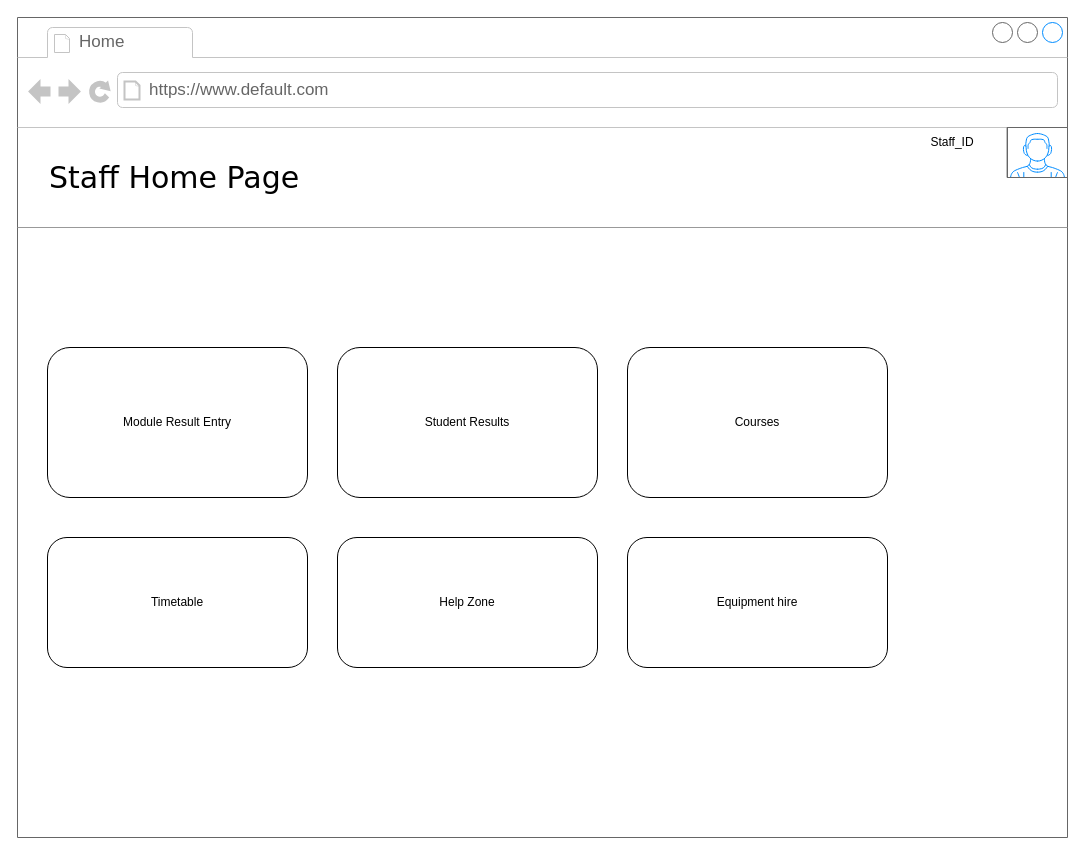
This is page "Staff Home" (5 of 9) of Wireframes.drawio from bensolo12/Databases, a draw.io file, before an edit. Source tidied: cells renumbered, new cells numbered last; positions are measured from the earlier drawing's top-left corner, leaving out a move shared by most shapes. Both pictures are drawn from the tidied source at 100%, with x=0, y=0 at pixel (17, 17).
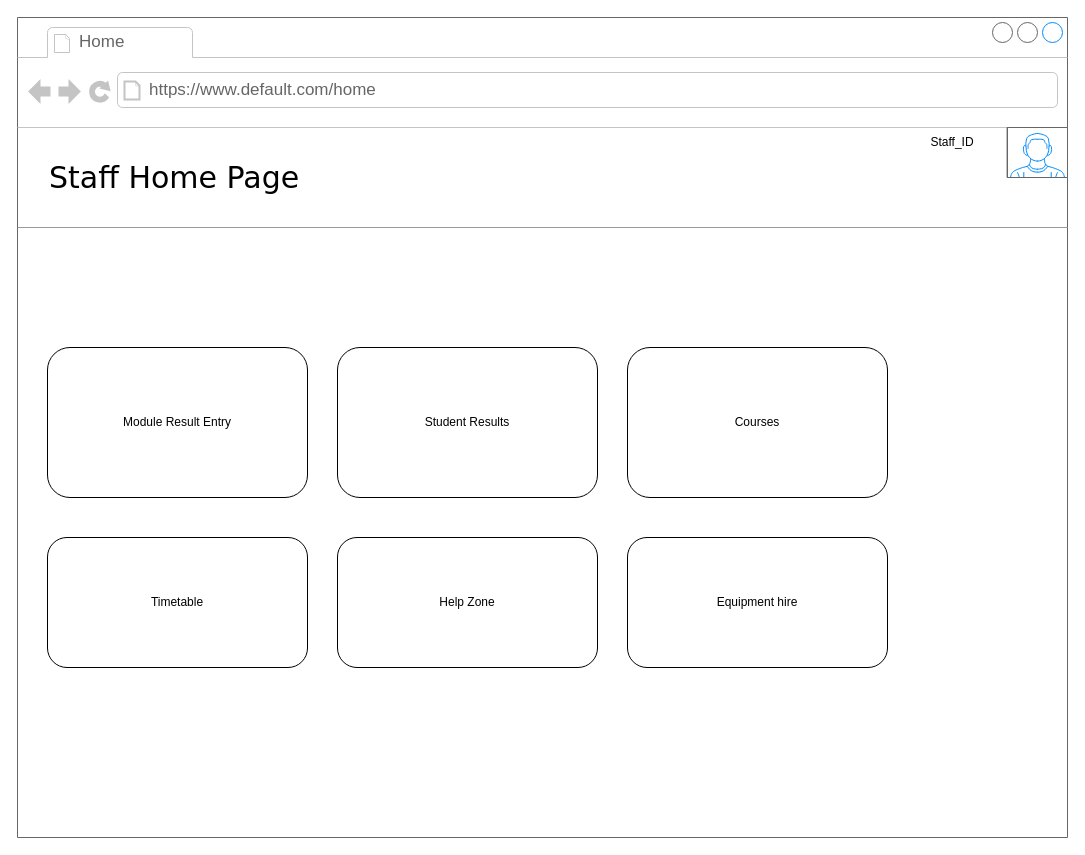
The same page after the edit.

What changed in the source:
```diff
@@
 <mxGraphModel>
   <root>
     <mxCell id="0" />
     <mxCell id="1" parent="0" />
     <mxCell id="2" style="strokeWidth=1;shadow=0;dashed=0;align=center;html=1;shape=mxgraph.mockup.containers.browserWindow;rSize=0;strokeColor=#666666;mainText=,;rounded=0;labelBackgroundColor=none;fontFamily=Verdana;fontSize=12;" parent="1" vertex="1">
       <mxGeometry width="1050" height="820" as="geometry" />
     </mxCell>
     <mxCell id="3" value="Home" style="strokeWidth=1;shadow=0;dashed=0;align=center;html=1;shape=mxgraph.mockup.containers.anchor;fontSize=17;fontColor=#666666;align=left;" parent="2" vertex="1">
       <mxGeometry x="60" y="12" width="110" height="26" as="geometry" />
     </mxCell>
-    <mxCell id="4" value="https://www.default.com" style="strokeWidth=1;shadow=0;dashed=0;align=center;html=1;shape=mxgraph.mockup.containers.anchor;rSize=0;fontSize=17;fontColor=#666666;align=left;" parent="2" vertex="1">
+    <mxCell id="4" value="https://www.default.com/home" style="strokeWidth=1;shadow=0;dashed=0;align=center;html=1;shape=mxgraph.mockup.containers.anchor;rSize=0;fontSize=17;fontColor=#666666;align=left;" parent="2" vertex="1">
       <mxGeometry x="130" y="60" width="250" height="26" as="geometry" />
     </mxCell>
     <mxCell id="5" value="Staff Home Page" style="text;html=1;align=left;verticalAlign=top;spacingTop=-4;fontSize=30;fontFamily=Verdana;" parent="2" vertex="1">
       <mxGeometry x="30" y="140" width="340" height="50" as="geometry" />
     </mxCell>
     <mxCell id="6" style="verticalLabelPosition=bottom;shadow=0;dashed=0;align=center;html=1;verticalAlign=top;strokeWidth=1;shape=mxgraph.mockup.markup.line;strokeColor=#999999;rounded=0;labelBackgroundColor=none;fillColor=#ffffff;fontFamily=Verdana;fontSize=12;fontColor=#000000;" parent="2" vertex="1">
       <mxGeometry y="200" width="1050" height="20" as="geometry" />
     </mxCell>
     <mxCell id="7" style="verticalLabelPosition=bottom;shadow=0;dashed=0;align=center;html=1;verticalAlign=top;strokeWidth=1;shape=mxgraph.mockup.containers.userMale;strokeColor=#666666;strokeColor2=#008cff;" parent="2" vertex="1">
       <mxGeometry x="990" y="110" width="60" height="50" as="geometry" />
     </mxCell>
     <mxCell id="8" value="Module Result Entry" style="rounded=1;whiteSpace=wrap;html=1;" parent="2" vertex="1">
       <mxGeometry x="30" y="330" width="260" height="150" as="geometry" />
     </mxCell>
     <mxCell id="9" value="Student Results" style="rounded=1;whiteSpace=wrap;html=1;" parent="2" vertex="1">
       <mxGeometry x="320" y="330" width="260" height="150" as="geometry" />
     </mxCell>
     <mxCell id="10" value="Courses" style="rounded=1;whiteSpace=wrap;html=1;" parent="2" vertex="1">
       <mxGeometry x="610" y="330" width="260" height="150" as="geometry" />
     </mxCell>
     <mxCell id="11" value="Timetable" style="rounded=1;whiteSpace=wrap;html=1;" parent="2" vertex="1">
       <mxGeometry x="30" y="520" width="260" height="130" as="geometry" />
     </mxCell>
     <mxCell id="12" value="Help Zone" style="rounded=1;whiteSpace=wrap;html=1;" parent="2" vertex="1">
       <mxGeometry x="320" y="520" width="260" height="130" as="geometry" />
     </mxCell>
     <mxCell id="13" value="Equipment hire" style="rounded=1;whiteSpace=wrap;html=1;" parent="2" vertex="1">
       <mxGeometry x="610" y="520" width="260" height="130" as="geometry" />
     </mxCell>
     <mxCell id="14" value="Staff_ID" style="text;html=1;align=center;verticalAlign=middle;whiteSpace=wrap;rounded=0;" parent="2" vertex="1">
       <mxGeometry x="880" y="110" width="110" height="30" as="geometry" />
     </mxCell>
   </root>
 </mxGraphModel>
```
